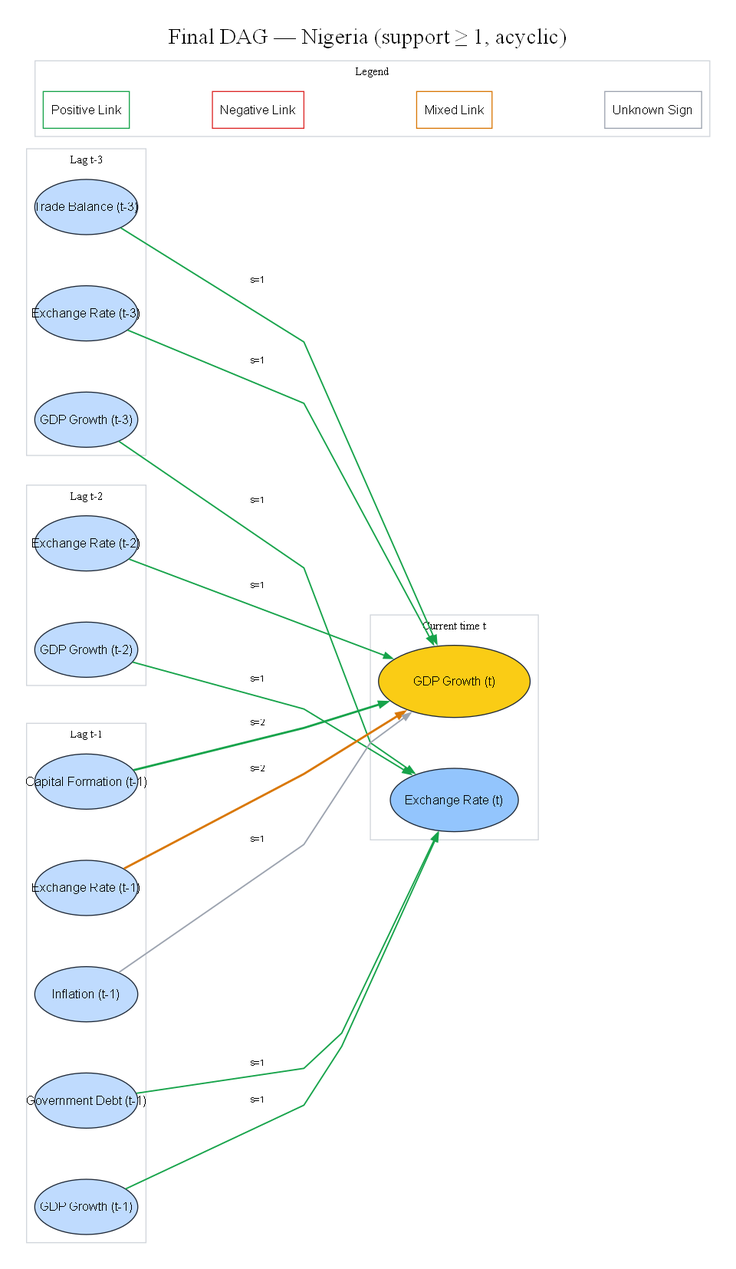
Earlier version of the Graphviz export reports/figures/phase3E_dag/Nigeria/dag_final_Nigeria.png (biabakuya/causal-ml-macroeconomic-analysis). Its source is kept beside it as reports/figures/phase3E_dag/Nigeria/dag_final_Nigeria.dot.
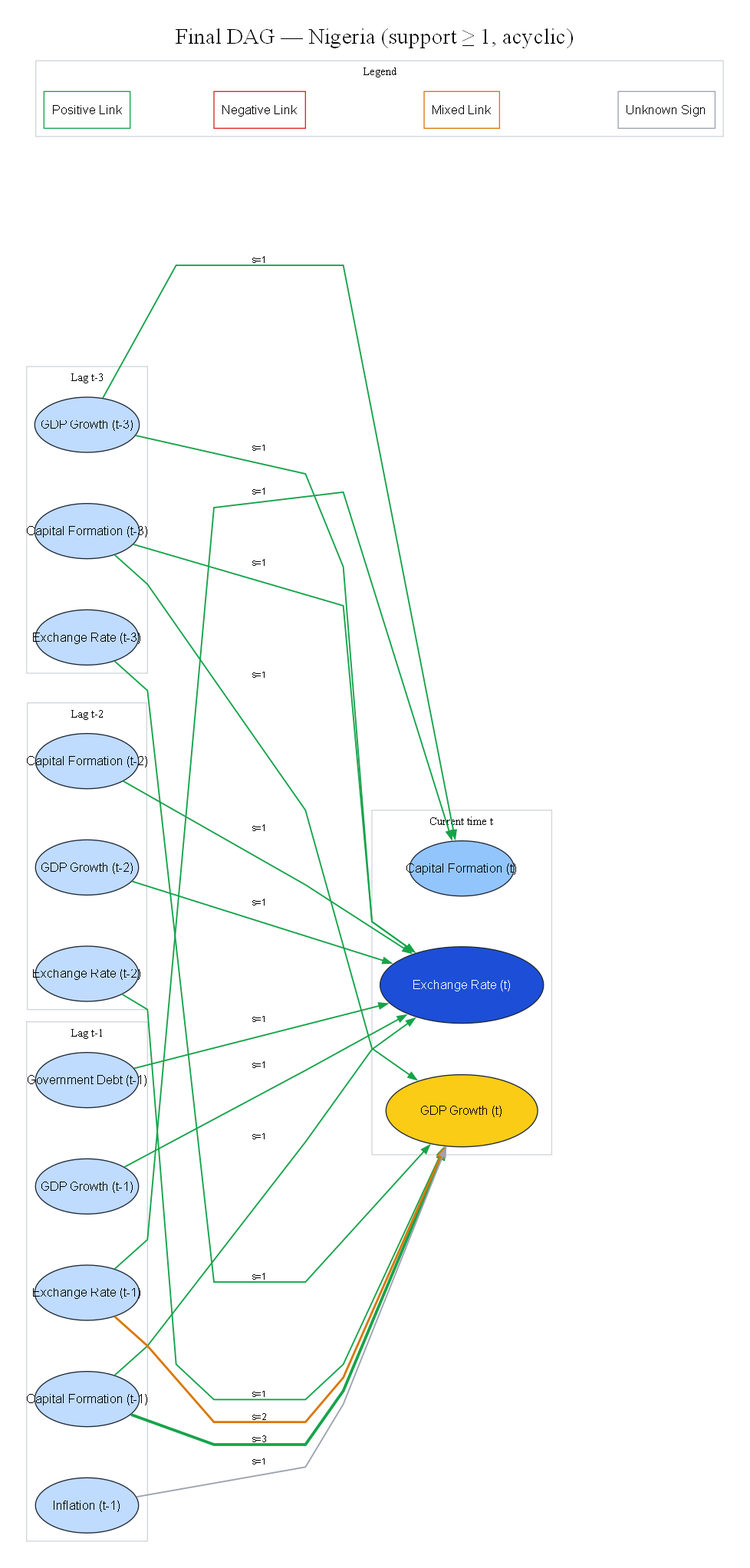
The same file after the commit.

Change to the diagram source:
```diff
@@ -6,21 +6,22 @@
 	subgraph cluster_t3 {
 		color="#d1d5db" fontsize=11 label="Lag t-3"
 		rank=same
+		"Capital_Formation__t-3" [label="Capital Formation (t-3)" fillcolor="#bfdbfe" fixedsize=true fontcolor=black height=0.75 width=1.4200000000000002]
 		"Exchange_Rate__t-3" [label="Exchange Rate (t-3)" fillcolor="#bfdbfe" fixedsize=true fontcolor=black height=0.75 width=1.4]
-		"GDP_Growth__t-3" [label="GDP Growth (t-3)" fillcolor="#bfdbfe" fixedsize=true fontcolor=black height=0.75 width=1.4]
-		"Trade_Balance__t-3" [label="Trade Balance (t-3)" fillcolor="#bfdbfe" fixedsize=true fontcolor=black height=0.75 width=1.4]
+		"GDP_Growth__t-3" [label="GDP Growth (t-3)" fillcolor="#bfdbfe" fixedsize=true fontcolor=black height=0.75 width=1.4200000000000002]
 	}
 	subgraph cluster_t2 {
 		color="#d1d5db" fontsize=11 label="Lag t-2"
 		rank=same
+		"Capital_Formation__t-2" [label="Capital Formation (t-2)" fillcolor="#bfdbfe" fixedsize=true fontcolor=black height=0.75 width=1.4]
 		"Exchange_Rate__t-2" [label="Exchange Rate (t-2)" fillcolor="#bfdbfe" fixedsize=true fontcolor=black height=0.75 width=1.4]
 		"GDP_Growth__t-2" [label="GDP Growth (t-2)" fillcolor="#bfdbfe" fixedsize=true fontcolor=black height=0.75 width=1.4]
 	}
 	subgraph cluster_t1 {
 		color="#d1d5db" fontsize=11 label="Lag t-1"
 		rank=same
-		"Capital_Formation__t-1" [label="Capital Formation (t-1)" fillcolor="#bfdbfe" fixedsize=true fontcolor=black height=0.75 width=1.4]
-		"Exchange_Rate__t-1" [label="Exchange Rate (t-1)" fillcolor="#bfdbfe" fixedsize=true fontcolor=black height=0.75 width=1.4]
+		"Capital_Formation__t-1" [label="Capital Formation (t-1)" fillcolor="#bfdbfe" fixedsize=true fontcolor=black height=0.75 width=1.4200000000000002]
+		"Exchange_Rate__t-1" [label="Exchange Rate (t-1)" fillcolor="#bfdbfe" fixedsize=true fontcolor=black height=0.75 width=1.4200000000000002]
 		"GDP_Growth__t-1" [label="GDP Growth (t-1)" fillcolor="#bfdbfe" fixedsize=true fontcolor=black height=0.75 width=1.4]
 		"Government_Debt__t-1" [label="Government Debt (t-1)" fillcolor="#bfdbfe" fixedsize=true fontcolor=black height=0.75 width=1.4]
 		"Inflation__t-1" [label="Inflation (t-1)" fillcolor="#bfdbfe" fixedsize=true fontcolor=black height=0.75 width=1.4]
@@ -28,18 +29,24 @@
 	subgraph cluster_t {
 		color="#d1d5db" fontsize=11 label="Current time t"
 		rank=same
-		Exchange_Rate__t [label="Exchange Rate (t)" fillcolor="#93c5fd" fixedsize=true fontcolor=black height=0.86 width=1.7400000000000002]
+		Capital_Formation__t [label="Capital Formation (t)" fillcolor="#93c5fd" fixedsize=true fontcolor=black height=0.75 width=1.4200000000000002]
+		Exchange_Rate__t [label="Exchange Rate (t)" fillcolor="#1d4ed8" fixedsize=true fontcolor=white height=1.04 width=2.22]
 		GDP_Growth__t [label="GDP Growth (t)" fillcolor="#facc15" fixedsize=true fontcolor=black height=0.98 width=2.06]
 	}
+	"Capital_Formation__t-1" -> GDP_Growth__t [label="s=3" color="#16a34a" minlen=2 penwidth=2.8]
 	"Exchange_Rate__t-1" -> GDP_Growth__t [label="s=2" color="#d97706" minlen=2 penwidth=2.0999999999999996]
-	"Capital_Formation__t-1" -> GDP_Growth__t [label="s=2" color="#16a34a" minlen=2 penwidth=2.0999999999999996]
 	"Government_Debt__t-1" -> Exchange_Rate__t [label="s=1" color="#16a34a" minlen=2 penwidth=1.4]
 	"Exchange_Rate__t-3" -> GDP_Growth__t [label="s=1" color="#16a34a" minlen=2 penwidth=1.4]
 	"Exchange_Rate__t-2" -> GDP_Growth__t [label="s=1" color="#16a34a" minlen=2 penwidth=1.4]
 	"GDP_Growth__t-3" -> Exchange_Rate__t [label="s=1" color="#16a34a" minlen=2 penwidth=1.4]
+	"Capital_Formation__t-3" -> Exchange_Rate__t [label="s=1" color="#16a34a" minlen=2 penwidth=1.4]
+	"Capital_Formation__t-1" -> Exchange_Rate__t [label="s=1" color="#16a34a" minlen=2 penwidth=1.4]
 	"GDP_Growth__t-1" -> Exchange_Rate__t [label="s=1" color="#16a34a" minlen=2 penwidth=1.4]
 	"GDP_Growth__t-2" -> Exchange_Rate__t [label="s=1" color="#16a34a" minlen=2 penwidth=1.4]
-	"Trade_Balance__t-3" -> GDP_Growth__t [label="s=1" color="#16a34a" minlen=2 penwidth=1.4]
+	"Capital_Formation__t-2" -> Exchange_Rate__t [label="s=1" color="#16a34a" minlen=2 penwidth=1.4]
+	"Exchange_Rate__t-1" -> Capital_Formation__t [label="s=1" color="#16a34a" minlen=2 penwidth=1.4]
+	"Capital_Formation__t-3" -> GDP_Growth__t [label="s=1" color="#16a34a" minlen=2 penwidth=1.4]
+	"GDP_Growth__t-3" -> Capital_Formation__t [label="s=1" color="#16a34a" minlen=2 penwidth=1.4]
 	"Inflation__t-1" -> GDP_Growth__t [label="s=1" color="#9ca3af" minlen=2 penwidth=1.4]
 	subgraph cluster_legend {
 		color="#d1d5db" fontsize=11 label=Legend
```
